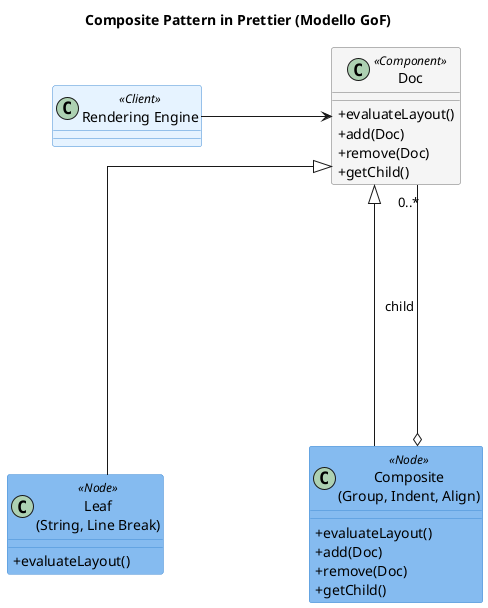
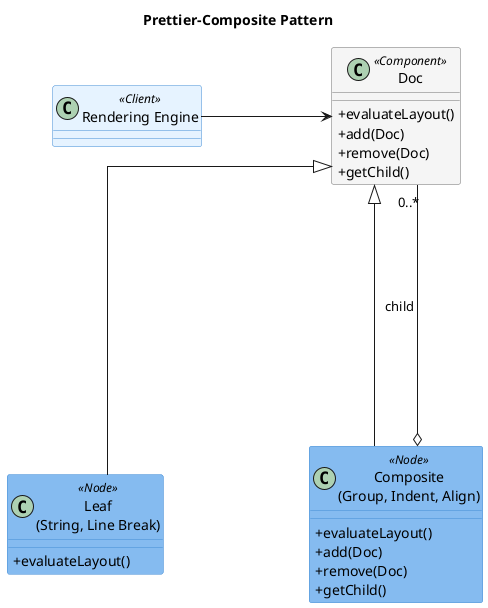
- @startuml Prettier_Composite_Fixed_Spaced
+ @startuml

- title Composite Pattern in Prettier (Modello GoF)
+ title Prettier-Composite Pattern

skinparam backgroundcolor ffffff
skinparam defaultFontName "Arial"
skinparam classAttributeIconSize 0
skinparam shadowing false

- ' --- SPAZIATURA ESTREMA E LINEE ORTOGONALI ---
+ 
skinparam nodesep 130
skinparam ranksep 130
skinparam linetype ortho

- ' --- STILI COORDINATI ---
+ 
skinparam class {
    BackgroundColor<<Client>> #E6F3FF
    BorderColor<<Client>> #438dd5
    BackgroundColor<<Component>> #F5F5F5
    BorderColor<<Component>> #707070
    BackgroundColor<<Node>> #85bbf0
    BorderColor<<Node>> #438dd5
}

- ' --- ENTITÀ E RUOLI ---
+ 

class "Rendering Engine" as RenderClient <<Client>>

class "Doc" as DocComponent <<Component>> {
  + evaluateLayout()
  + add(Doc)
  + remove(Doc)
  + getChild()
}

class "Leaf\n(String, Line Break)" as LeafNode <<Node>> {
  + evaluateLayout()
}

class "Composite\n(Group, Indent, Align)" as CompositeNode <<Node>> {
  + evaluateLayout()
  + add(Doc)
  + remove(Doc)
  + getChild()
}

- ' --- RELAZIONI GOF ---

- ' Il Client invoca l'interfaccia comune
RenderClient -right-> DocComponent

- ' Ereditarietà allungata (3 trattini invece di 2 per dare più respiro verticale)
DocComponent <|--- LeafNode
DocComponent <|--- CompositeNode

- ' Trucco: linea nascosta per forzare la spaziatura orizzontale
+ 
LeafNode -[hidden]right- CompositeNode

- ' Aggregazione che esce verso DESTRA prima di salire, creando un percorso pulito a "L"
CompositeNode o-right- "0..*" DocComponent : " child "

@enduml